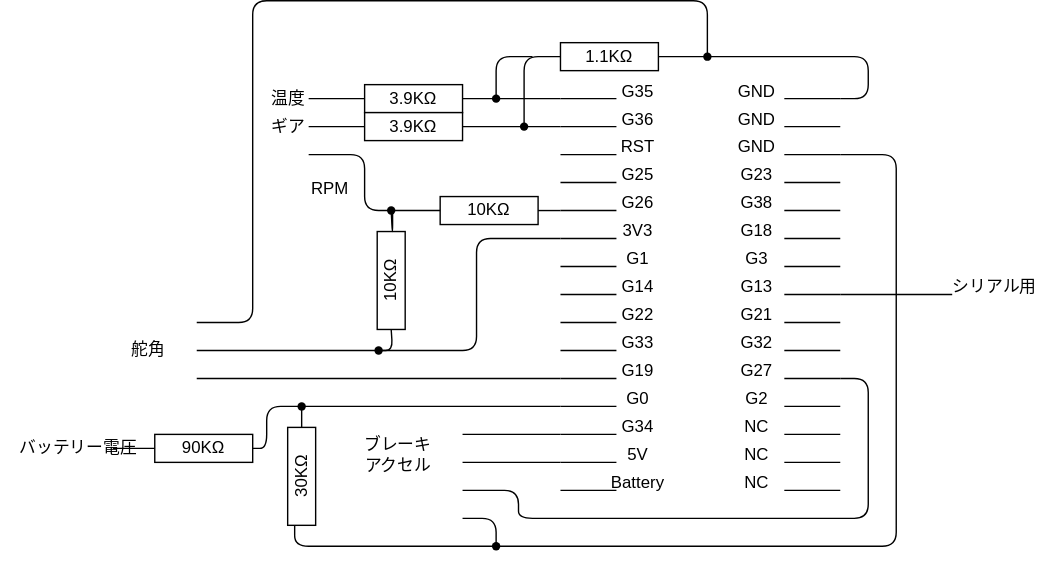
This is circuit/board.drawio.svg from nextfp/Data-Logger, a draw.io export, as it was before one commit. Source tidied: cells renumbered, new cells last; positions are measured from the earlier drawing's top-left corner, leaving out a move shared by most shapes.
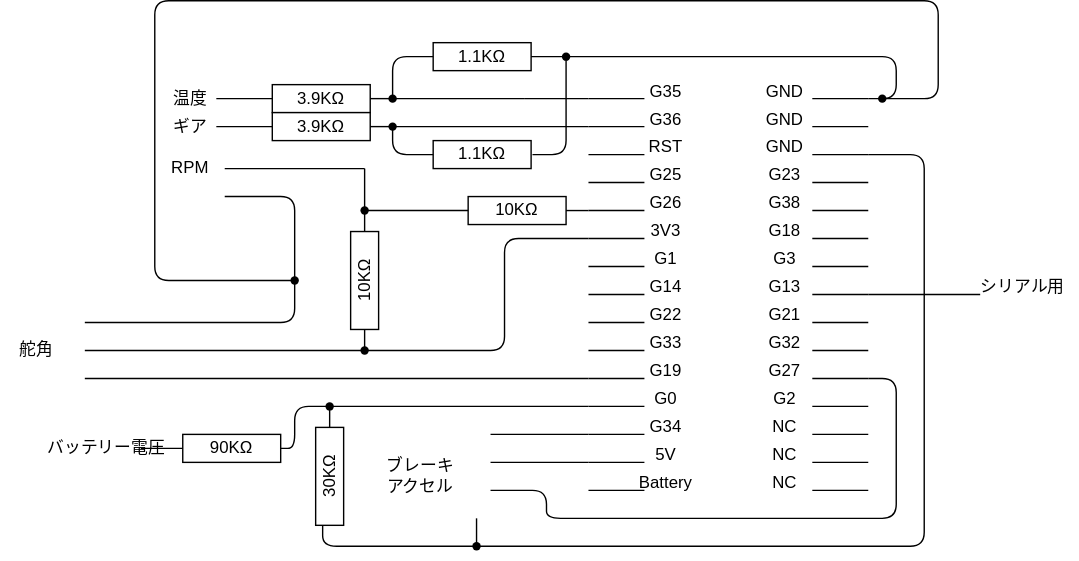
The same diagram one commit later.

Change to the diagram source:
```diff
@@ -272,20 +272,15 @@
     <mxCell id="61" value="NC" style="text;html=1;align=center;verticalAlign=middle;strokeColor=none;fillColor=none;" parent="1" vertex="1">
       <mxGeometry x="520" y="330" width="40" height="30" as="geometry" />
     </mxCell>
-    <mxCell id="62" style="endArrow=none;html=1;startArrow=none;" parent="1" edge="1" source="66" target="69">
-      <mxGeometry relative="1" as="geometry">
-        <Array as="points">
-          <mxPoint x="374" y="40" />
-        </Array>
-      </mxGeometry>
-    </mxCell>
-    <mxCell id="63" style="endArrow=none;html=1;" parent="1" edge="1" source="109">
+    <mxCell id="63" style="endArrow=none;html=1;" parent="1" edge="1">
       <mxGeometry relative="1" as="geometry">
-        <mxPoint x="140" y="230" as="targetPoint" />
+        <mxPoint x="610" y="70" as="sourcePoint" />
+        <mxPoint x="190" y="200" as="targetPoint" />
         <Array as="points">
-          <mxPoint x="505" />
-          <mxPoint x="180" />
-          <mxPoint x="180" y="230" />
+          <mxPoint x="650" y="70" />
+          <mxPoint x="650" />
+          <mxPoint x="90" />
+          <mxPoint x="90" y="200" />
         </Array>
       </mxGeometry>
     </mxCell>
@@ -299,60 +294,43 @@
         </Array>
       </mxGeometry>
     </mxCell>
-    <mxCell id="65" style="endArrow=none;html=1;startArrow=none;" parent="1" edge="1" source="109" target="66">
-      <mxGeometry relative="1" as="geometry" />
-    </mxCell>
     <mxCell id="66" value="1.1KΩ" style="rounded=0;whiteSpace=wrap;html=1;" parent="1" vertex="1">
-      <mxGeometry x="400" y="30" width="70" height="20" as="geometry" />
+      <mxGeometry x="289" y="30" width="70" height="20" as="geometry" />
     </mxCell>
-    <mxCell id="67" style="endArrow=none;html=1;startArrow=none;" parent="1" edge="1" source="72">
+    <mxCell id="67" style="endArrow=none;html=1;startArrow=none;" parent="1" edge="1">
       <mxGeometry relative="1" as="geometry">
+        <mxPoint x="354" y="70" as="sourcePoint" />
         <mxPoint x="400" y="70" as="targetPoint" />
       </mxGeometry>
     </mxCell>
-    <mxCell id="68" style="endArrow=none;html=1;" parent="1" edge="1">
+    <mxCell id="68" style="endArrow=none;html=1;exitDx=0;exitDy=0;startArrow=none;" parent="1" edge="1" source="118">
       <mxGeometry relative="1" as="geometry">
-        <mxPoint x="330" y="90" as="sourcePoint" />
         <mxPoint x="400" y="90" as="targetPoint" />
       </mxGeometry>
     </mxCell>
-    <mxCell id="69" style="shape=waypoint;sketch=0;fillStyle=solid;size=6;points=[];fillColor=none;perimeter=centerPerimeter;snapToPoint=1;" parent="1" vertex="1">
-      <mxGeometry x="364" y="80" width="20" height="20" as="geometry" />
-    </mxCell>
-    <mxCell id="70" style="endArrow=none;html=1;" parent="1" edge="1" source="72">
-      <mxGeometry relative="1" as="geometry">
-        <mxPoint x="380" y="40" as="targetPoint" />
-        <Array as="points">
-          <mxPoint x="354" y="40" />
-        </Array>
-      </mxGeometry>
-    </mxCell>
-    <mxCell id="71" style="endArrow=none;html=1;" parent="1" edge="1" target="72">
+    <mxCell id="71" style="endArrow=none;html=1;exitDx=0;exitDy=0;startArrow=none;" parent="1" edge="1" source="121">
       <mxGeometry relative="1" as="geometry">
-        <mxPoint x="330" y="70" as="sourcePoint" />
+        <mxPoint x="354" y="70" as="targetPoint" />
       </mxGeometry>
     </mxCell>
-    <mxCell id="72" style="shape=waypoint;sketch=0;fillStyle=solid;size=6;points=[];fillColor=none;perimeter=centerPerimeter;snapToPoint=1;" parent="1" vertex="1">
-      <mxGeometry x="344" y="60" width="20" height="20" as="geometry" />
-    </mxCell>
     <mxCell id="73" value="3.9KΩ" style="rounded=0;whiteSpace=wrap;html=1;" parent="1" vertex="1">
-      <mxGeometry x="260" y="60" width="70" height="20" as="geometry" />
+      <mxGeometry x="174" y="60" width="70" height="20" as="geometry" />
     </mxCell>
     <mxCell id="74" value="3.9KΩ" style="rounded=0;whiteSpace=wrap;html=1;" parent="1" vertex="1">
-      <mxGeometry x="260" y="80" width="70" height="20" as="geometry" />
+      <mxGeometry x="174" y="80" width="70" height="20" as="geometry" />
     </mxCell>
     <mxCell id="75" style="endArrow=none;html=1;entryX=0;entryY=0.5;entryDx=0;entryDy=0;" parent="1" edge="1" target="73">
       <mxGeometry relative="1" as="geometry">
-        <mxPoint x="220" y="70" as="sourcePoint" />
+        <mxPoint x="134" y="70" as="sourcePoint" />
         <Array as="points">
-          <mxPoint x="230" y="70" />
+          <mxPoint x="144" y="70" />
         </Array>
       </mxGeometry>
     </mxCell>
     <mxCell id="76" style="endArrow=none;html=1;entryX=0;entryY=0.5;entryDx=0;entryDy=0;" parent="1" edge="1">
       <mxGeometry relative="1" as="geometry">
-        <mxPoint x="220" y="90" as="sourcePoint" />
-        <mxPoint x="260" y="90" as="targetPoint" />
+        <mxPoint x="134" y="90" as="sourcePoint" />
+        <mxPoint x="174" y="90" as="targetPoint" />
       </mxGeometry>
     </mxCell>
     <mxCell id="77" value="10KΩ" style="rounded=0;whiteSpace=wrap;html=1;" parent="1" vertex="1">
@@ -373,57 +351,36 @@
       </mxGeometry>
     </mxCell>
     <mxCell id="80" value="10KΩ" style="rounded=0;whiteSpace=wrap;html=1;rotation=-90;" parent="1" vertex="1">
-      <mxGeometry x="244" y="190" width="70" height="20" as="geometry" />
+      <mxGeometry x="205" y="190" width="70" height="20" as="geometry" />
     </mxCell>
-    <mxCell id="81" style="endArrow=none;html=1;entryX=0;entryY=0.5;entryDx=0;entryDy=0;" parent="1" edge="1" target="77">
-      <mxGeometry relative="1" as="geometry">
-        <mxPoint x="220" y="110" as="sourcePoint" />
-        <Array as="points">
-          <mxPoint x="260" y="110" />
-          <mxPoint x="260" y="150" />
-        </Array>
-      </mxGeometry>
-    </mxCell>
-    <mxCell id="82" style="endArrow=none;html=1;startArrow=none;" parent="1" edge="1" source="107">
-      <mxGeometry relative="1" as="geometry">
-        <mxPoint x="280" y="150" as="targetPoint" />
-        <Array as="points">
-          <mxPoint x="280" y="170" />
-        </Array>
-      </mxGeometry>
-    </mxCell>
     <mxCell id="83" value="RPM" style="text;html=1;align=center;verticalAlign=middle;points=[];strokeColor=none;fillColor=none;" parent="1" vertex="1">
-      <mxGeometry x="210" y="120" width="50" height="30" as="geometry" />
+      <mxGeometry x="90" y="105" width="50" height="30" as="geometry" />
     </mxCell>
     <mxCell id="84" style="endArrow=none;html=1;entryX=0;entryY=0.5;entryDx=0;entryDy=0;startArrow=none;" parent="1" edge="1" source="86" target="80">
-      <mxGeometry relative="1" as="geometry">
-        <Array as="points">
-          <mxPoint x="280" y="250" />
-        </Array>
-      </mxGeometry>
+      <mxGeometry relative="1" as="geometry" />
     </mxCell>
     <mxCell id="85" style="endArrow=none;html=1;entryX=0.351;entryY=0.478;entryDx=0;entryDy=0;entryPerimeter=0;" parent="1" edge="1" target="86">
       <mxGeometry relative="1" as="geometry">
-        <mxPoint x="140" y="250" as="sourcePoint" />
+        <mxPoint x="40" y="250" as="sourcePoint" />
       </mxGeometry>
     </mxCell>
     <mxCell id="86" style="shape=waypoint;sketch=0;fillStyle=solid;size=6;points=[];fillColor=none;perimeter=centerPerimeter;snapToPoint=1;" parent="1" vertex="1">
-      <mxGeometry x="260" y="240" width="20" height="20" as="geometry" />
+      <mxGeometry x="230" y="240" width="20" height="20" as="geometry" />
     </mxCell>
     <mxCell id="87" style="endArrow=none;html=1;" parent="1" edge="1">
       <mxGeometry relative="1" as="geometry">
-        <mxPoint x="140" y="270" as="sourcePoint" />
+        <mxPoint x="40" y="270" as="sourcePoint" />
         <mxPoint x="400" y="270" as="targetPoint" />
       </mxGeometry>
     </mxCell>
     <mxCell id="88" value="温度" style="text;html=1;align=center;verticalAlign=middle;strokeColor=none;fillColor=none;" parent="1" vertex="1">
-      <mxGeometry x="180" y="55" width="50" height="30" as="geometry" />
+      <mxGeometry x="90" y="55" width="50" height="30" as="geometry" />
     </mxCell>
     <mxCell id="89" value="ギア" style="text;html=1;align=center;verticalAlign=middle;strokeColor=none;fillColor=none;" parent="1" vertex="1">
-      <mxGeometry x="180" y="75" width="50" height="30" as="geometry" />
+      <mxGeometry x="90" y="75" width="50" height="30" as="geometry" />
     </mxCell>
     <mxCell id="90" value="舵角" style="text;html=1;align=center;verticalAlign=middle;strokeColor=none;fillColor=none;" parent="1" vertex="1">
-      <mxGeometry x="80" y="235" width="50" height="30" as="geometry" />
+      <mxGeometry x="-20" y="235" width="50" height="30" as="geometry" />
     </mxCell>
     <mxCell id="91" style="endArrow=none;html=1;" parent="1" edge="1">
       <mxGeometry relative="1" as="geometry">
@@ -450,7 +407,7 @@
       </mxGeometry>
     </mxCell>
     <mxCell id="94" value="ブレーキ&lt;br&gt;アクセル" style="text;html=1;strokeColor=none;fillColor=none;align=center;verticalAlign=middle;whiteSpace=wrap;rounded=0;" parent="1" vertex="1">
-      <mxGeometry x="254" y="310" width="60" height="30" as="geometry" />
+      <mxGeometry x="250" y="325" width="60" height="30" as="geometry" />
     </mxCell>
     <mxCell id="95" style="endArrow=none;html=1;startArrow=none;entryX=1;entryY=0.5;entryDx=0;entryDy=0;" parent="1" edge="1" source="99" target="100">
       <mxGeometry relative="1" as="geometry">
@@ -496,36 +453,115 @@
     <mxCell id="104" value="シリアル用" style="text;html=1;align=center;verticalAlign=middle;strokeColor=none;fillColor=none;" parent="1" vertex="1">
       <mxGeometry x="670" y="190" width="80" height="30" as="geometry" />
     </mxCell>
-    <mxCell id="105" style="endArrow=none;html=1;" parent="1" edge="1" target="110">
-      <mxGeometry relative="1" as="geometry">
-        <mxPoint x="330" y="370" as="sourcePoint" />
-        <Array as="points">
-          <mxPoint x="354" y="370" />
-        </Array>
-      </mxGeometry>
-    </mxCell>
-    <mxCell id="106" style="endArrow=none;html=1;" parent="1" edge="1" target="107">
-      <mxGeometry relative="1" as="geometry">
-        <mxPoint x="280" y="150" as="sourcePoint" />
-      </mxGeometry>
+    <mxCell id="106" style="endArrow=none;html=1;exitX=1;exitY=0.5;exitDx=0;exitDy=0;entryX=0.475;entryY=0.636;entryDx=0;entryDy=0;entryPerimeter=0;" parent="1" edge="1" source="80" target="107">
+      <mxGeometry relative="1" as="geometry" />
     </mxCell>
+    <mxCell id="108" style="endArrow=none;html=1;entryX=1;entryY=0.5;entryDx=0;entryDy=0;startArrow=none;" parent="1" edge="1" source="115" target="66">
+      <mxGeometry relative="1" as="geometry" />
+    </mxCell>
+    <mxCell id="110" style="shape=waypoint;sketch=0;fillStyle=solid;size=6;points=[];fillColor=none;perimeter=centerPerimeter;snapToPoint=1;" parent="1" vertex="1">
+      <mxGeometry x="310" y="380" width="20" height="20" as="geometry" />
+    </mxCell>
+    <mxCell id="111" style="shape=waypoint;sketch=0;fillStyle=solid;size=6;fillColor=none;perimeter=centerPerimeter;" parent="1" vertex="1">
+      <mxGeometry x="600" y="60" width="20" height="20" as="geometry" />
+    </mxCell>
+    <mxCell id="112" value="1.1KΩ" style="rounded=0;whiteSpace=wrap;html=1;" parent="1" vertex="1">
+      <mxGeometry x="289" y="100" width="70" height="20" as="geometry" />
+    </mxCell>
+    <mxCell id="113" style="endArrow=none;html=1;" parent="1" edge="1" target="115">
+      <mxGeometry relative="1" as="geometry">
+        <mxPoint x="360" y="110" as="sourcePoint" />
+        <Array as="points">
+          <mxPoint x="384" y="110" />
+        </Array>
+      </mxGeometry>
+    </mxCell>
+    <mxCell id="114" style="endArrow=none;html=1;entryDx=0;entryDy=0;" parent="1" edge="1" target="115">
+      <mxGeometry relative="1" as="geometry">
+        <mxPoint x="600" y="70" as="sourcePoint" />
+        <Array as="points">
+          <mxPoint x="620" y="70" />
+          <mxPoint x="620" y="40" />
+        </Array>
+      </mxGeometry>
+    </mxCell>
+    <mxCell id="115" style="shape=waypoint;sketch=0;fillStyle=solid;size=6;points=[];fillColor=none;perimeter=centerPerimeter;snapToPoint=1;" parent="1" vertex="1">
+      <mxGeometry x="374" y="30" width="20" height="20" as="geometry" />
+    </mxCell>
+    <mxCell id="116" style="endArrow=none;html=1;entryX=0;entryY=0.5;entryDx=0;entryDy=0;" parent="1" edge="1" target="112">
+      <mxGeometry relative="1" as="geometry">
+        <mxPoint x="260" y="90" as="sourcePoint" />
+        <Array as="points">
+          <mxPoint x="260" y="110" />
+        </Array>
+      </mxGeometry>
+    </mxCell>
+    <mxCell id="117" style="endArrow=none;html=1;exitX=1;exitY=0.5;exitDx=0;exitDy=0;" parent="1" edge="1" source="74" target="118">
+      <mxGeometry relative="1" as="geometry" />
+    </mxCell>
+    <mxCell id="118" style="shape=waypoint;sketch=0;fillStyle=solid;size=6;points=[];fillColor=none;perimeter=centerPerimeter;snapToPoint=1;" parent="1" vertex="1">
+      <mxGeometry x="250" y="80" width="20" height="20" as="geometry" />
+    </mxCell>
+    <mxCell id="119" style="endArrow=none;html=1;entryX=0;entryY=0.5;entryDx=0;entryDy=0;" parent="1" edge="1" target="66">
+      <mxGeometry relative="1" as="geometry">
+        <mxPoint x="260" y="70" as="sourcePoint" />
+        <Array as="points">
+          <mxPoint x="260" y="40" />
+        </Array>
+      </mxGeometry>
+    </mxCell>
+    <mxCell id="120" style="endArrow=none;html=1;exitX=1;exitY=0.5;exitDx=0;exitDy=0;" parent="1" edge="1" source="73" target="121">
+      <mxGeometry relative="1" as="geometry" />
+    </mxCell>
+    <mxCell id="121" style="shape=waypoint;sketch=0;fillStyle=solid;size=6;points=[];fillColor=none;perimeter=centerPerimeter;snapToPoint=1;" parent="1" vertex="1">
+      <mxGeometry x="250" y="60" width="20" height="20" as="geometry" />
+    </mxCell>
+    <mxCell id="122" style="endArrow=none;html=1;" parent="1" edge="1">
+      <mxGeometry relative="1" as="geometry">
+        <mxPoint x="320" y="390" as="sourcePoint" />
+        <mxPoint x="320" y="370" as="targetPoint" />
+      </mxGeometry>
+    </mxCell>
+    <mxCell id="123" style="endArrow=none;html=1;entryX=0;entryY=0.5;entryDx=0;entryDy=0;startArrow=none;" parent="1" edge="1" source="107" target="77">
+      <mxGeometry relative="1" as="geometry" />
+    </mxCell>
+    <mxCell id="124" style="endArrow=none;html=1;entryDx=0;entryDy=0;" parent="1" edge="1" target="107">
+      <mxGeometry relative="1" as="geometry">
+        <mxPoint x="240" y="150" as="sourcePoint" />
+      </mxGeometry>
+    </mxCell>
     <mxCell id="107" style="shape=waypoint;sketch=0;fillStyle=solid;size=6;points=[];fillColor=none;perimeter=centerPerimeter;snapToPoint=1;" parent="1" vertex="1">
-      <mxGeometry x="269" y="140" width="20" height="20" as="geometry" />
+      <mxGeometry x="230" y="140" width="20" height="20" as="geometry" />
     </mxCell>
-    <mxCell id="108" style="endArrow=none;html=1;" parent="1" edge="1" target="109">
-      <mxGeometry relative="1" as="geometry">
-        <mxPoint x="600" y="70" as="sourcePoint" />
-        <Array as="points">
-          <mxPoint x="620" y="70" />
-          <mxPoint x="620" y="40" />
-        </Array>
-      </mxGeometry>
-    </mxCell>
-    <mxCell id="109" style="shape=waypoint;sketch=0;fillStyle=solid;size=6;points=[];fillColor=none;perimeter=centerPerimeter;snapToPoint=1;" parent="1" vertex="1">
-      <mxGeometry x="495" y="30" width="20" height="20" as="geometry" />
-    </mxCell>
-    <mxCell id="110" style="shape=waypoint;sketch=0;fillStyle=solid;size=6;points=[];fillColor=none;perimeter=centerPerimeter;snapToPoint=1;" parent="1" vertex="1">
-      <mxGeometry x="344" y="380" width="20" height="20" as="geometry" />
-    </mxCell>
+    <mxCell id="125" style="endArrow=none;html=1;" parent="1" edge="1" source="83">
+      <mxGeometry relative="1" as="geometry">
+        <mxPoint x="240" y="120" as="targetPoint" />
+      </mxGeometry>
+    </mxCell>
+    <mxCell id="126" style="endArrow=none;html=1;" parent="1" edge="1" source="107">
+      <mxGeometry relative="1" as="geometry">
+        <mxPoint x="240" y="120" as="targetPoint" />
+      </mxGeometry>
+    </mxCell>
+    <mxCell id="127" style="shape=waypoint;sketch=0;fillStyle=solid;size=6;points=[];fillColor=none;perimeter=centerPerimeter;snapToPoint=1;" parent="1" vertex="1">
+      <mxGeometry x="180" y="190" width="20" height="20" as="geometry" />
+    </mxCell>
+    <mxCell id="128" style="endArrow=none;html=1;" parent="1" edge="1" source="127">
+      <mxGeometry relative="1" as="geometry">
+        <mxPoint x="140" y="140" as="targetPoint" />
+        <Array as="points">
+          <mxPoint x="190" y="140" />
+        </Array>
+      </mxGeometry>
+    </mxCell>
+    <mxCell id="129" style="endArrow=none;html=1;" parent="1" edge="1">
+      <mxGeometry relative="1" as="geometry">
+        <mxPoint x="40" y="230" as="sourcePoint" />
+        <mxPoint x="190" y="200" as="targetPoint" />
+        <Array as="points">
+          <mxPoint x="190" y="230" />
+        </Array>
+      </mxGeometry>
+    </mxCell>
   </root>
 </mxGraphModel>
```
